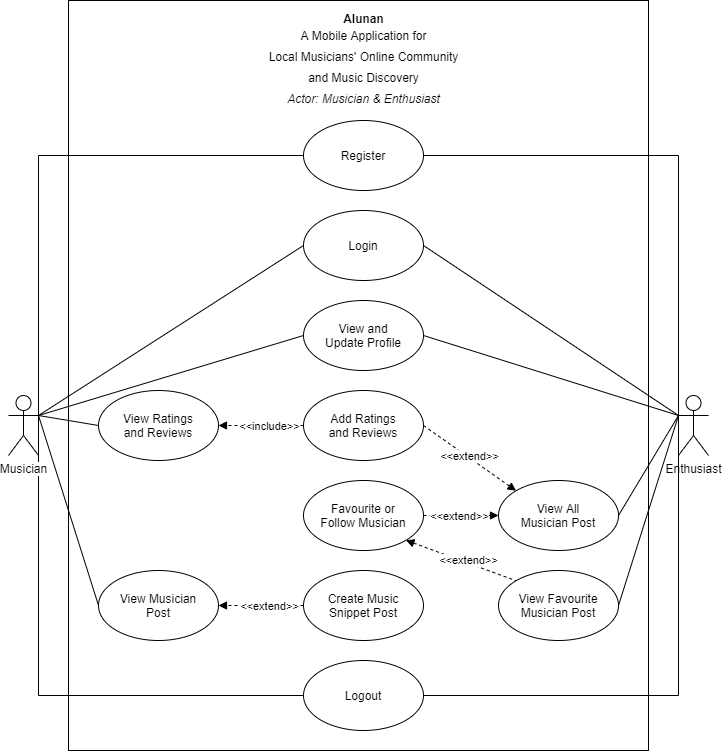
The draw.io diagram mainmatter/images/usecasemain.png in antideviant/CSP600, before a commit. Source tidied: cells renumbered, new cells last; positions are measured from the earlier drawing's top-left corner, leaving out a move shared by most shapes.
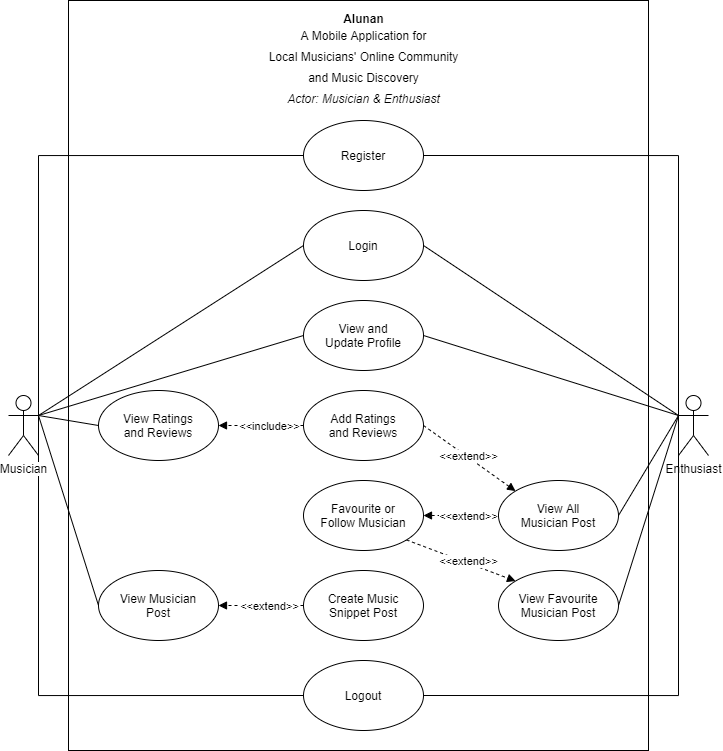
The same file after the commit.

Diff of the diagram source:
```diff
@@ -111,15 +111,15 @@
     <mxCell id="30" value="Add Ratings&lt;br&gt;and Reviews" style="ellipse;whiteSpace=wrap;html=1;" parent="1" vertex="1">
       <mxGeometry x="295" y="390" width="120" height="70" as="geometry" />
     </mxCell>
-    <mxCell id="31" style="edgeStyle=orthogonalEdgeStyle;rounded=0;jettySize=auto;html=1;exitX=1;exitY=0.5;exitDx=0;exitDy=0;entryX=0;entryY=0.5;entryDx=0;entryDy=0;endArrow=block;endFill=1;dashed=1;" parent="1" edge="1" source="35" target="37">
+    <mxCell id="31" style="edgeStyle=orthogonalEdgeStyle;rounded=0;jettySize=auto;html=1;exitX=1;exitY=0.5;exitDx=0;exitDy=0;entryX=0;entryY=0.5;entryDx=0;entryDy=0;endArrow=none;endFill=0;dashed=1;startArrow=block;startFill=1;" parent="1" edge="1" source="35" target="37">
       <mxGeometry relative="1" as="geometry" />
     </mxCell>
     <mxCell id="32" value="&amp;lt;&amp;lt;extend&amp;gt;&amp;gt;" style="edgeLabel;html=1;align=center;verticalAlign=middle;" parent="31" vertex="1">
       <mxGeometry x="-0.27" relative="1" as="geometry">
-        <mxPoint x="7.4" as="offset" />
+        <mxPoint x="17.6" as="offset" />
       </mxGeometry>
     </mxCell>
-    <mxCell id="33" style="edgeStyle=none;rounded=0;jettySize=auto;html=1;exitX=1;exitY=1;exitDx=0;exitDy=0;entryX=0;entryY=0;entryDx=0;entryDy=0;endArrow=none;endFill=0;startArrow=block;startFill=1;dashed=1;" parent="1" edge="1" source="35" target="38">
+    <mxCell id="33" style="edgeStyle=none;rounded=0;jettySize=auto;html=1;exitX=1;exitY=1;exitDx=0;exitDy=0;entryX=0;entryY=0;entryDx=0;entryDy=0;endArrow=block;endFill=1;startArrow=none;startFill=0;dashed=1;" parent="1" edge="1" source="35" target="38">
       <mxGeometry relative="1" as="geometry" />
     </mxCell>
     <mxCell id="34" value="&amp;lt;&amp;lt;extend&amp;gt;&amp;gt;" style="edgeLabel;html=1;align=center;verticalAlign=middle;" parent="33" vertex="1">
```
